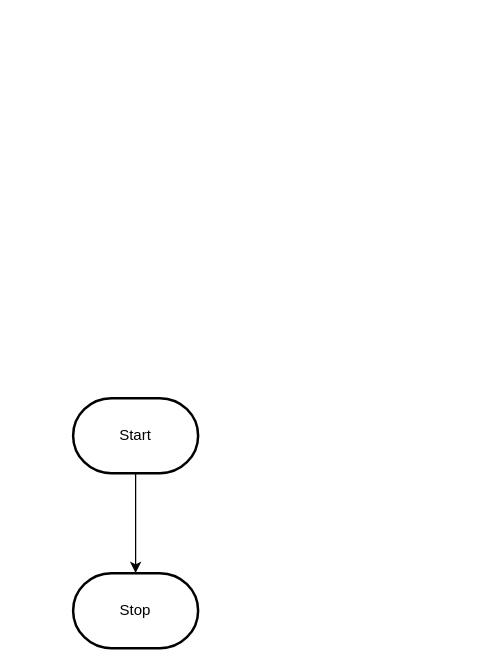
Earlier version of the draw.io diagram design/flowchart.drawio (MTHS-ICD2O-1-2023/ICD2O-Unit-5-02-hai-tran-2). Source tidied: cells renumbered, new cells numbered last; positions are measured from the earlier drawing's top-left corner, leaving out a move shared by most shapes. Both pictures are drawn from the tidied source at 125%, with x=0, y=0 at pixel (72, 398).
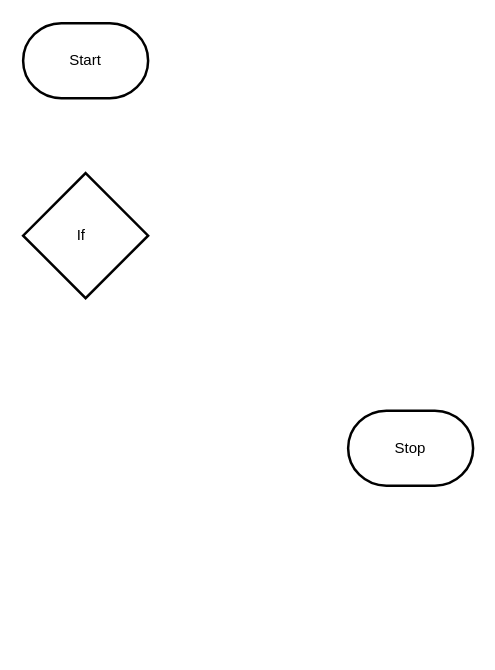
Above is the later version.

The edit, as a diff of the source:
```diff
@@
 <mxGraphModel>
   <root>
     <mxCell id="0" />
     <mxCell id="1" parent="0" />
-    <mxCell id="2" style="edgeStyle=orthogonalEdgeStyle;html=1;rounded=0;" parent="1" edge="1" source="3" target="4">
-      <mxGeometry relative="1" as="geometry" />
-    </mxCell>
     <mxCell id="3" value="Start" style="strokeWidth=2;html=1;shape=mxgraph.flowchart.terminator;whiteSpace=wrap;" parent="1" vertex="1">
-      <mxGeometry width="100" height="60" as="geometry" />
+      <mxGeometry x="-40" y="-300" width="100" height="60" as="geometry" />
     </mxCell>
     <mxCell id="4" value="Stop" style="strokeWidth=2;html=1;shape=mxgraph.flowchart.terminator;whiteSpace=wrap;" parent="1" vertex="1">
-      <mxGeometry y="140" width="100" height="60" as="geometry" />
+      <mxGeometry x="220" y="10" width="100" height="60" as="geometry" />
     </mxCell>
+    <mxCell id="2" value="If&amp;nbsp;&amp;nbsp;" style="strokeWidth=2;html=1;shape=mxgraph.flowchart.decision;whiteSpace=wrap;" parent="1" vertex="1">
+      <mxGeometry x="-40" y="-180" width="100" height="100" as="geometry" />
+    </mxCell>
   </root>
 </mxGraphModel>
```
